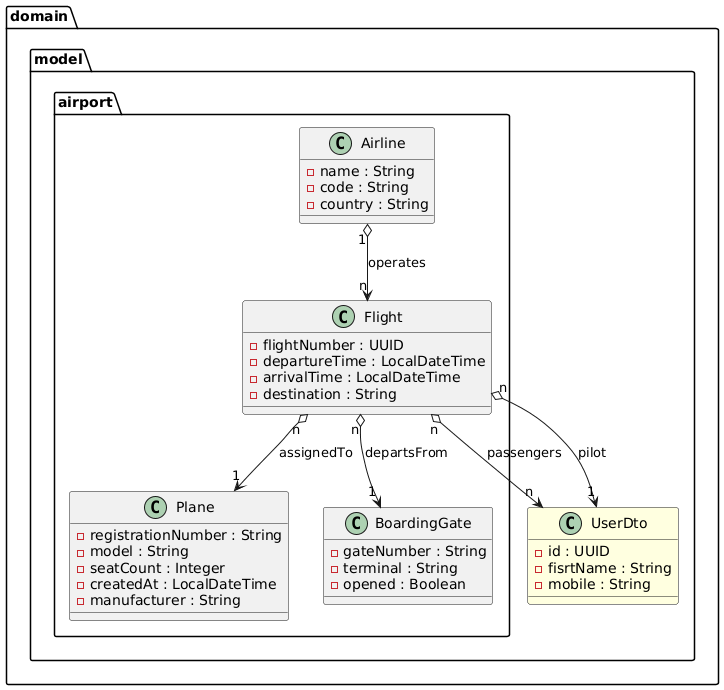
This is docs/airport.png from miw-upm/apaw-practice, a PlantUML export, as it was before one commit.
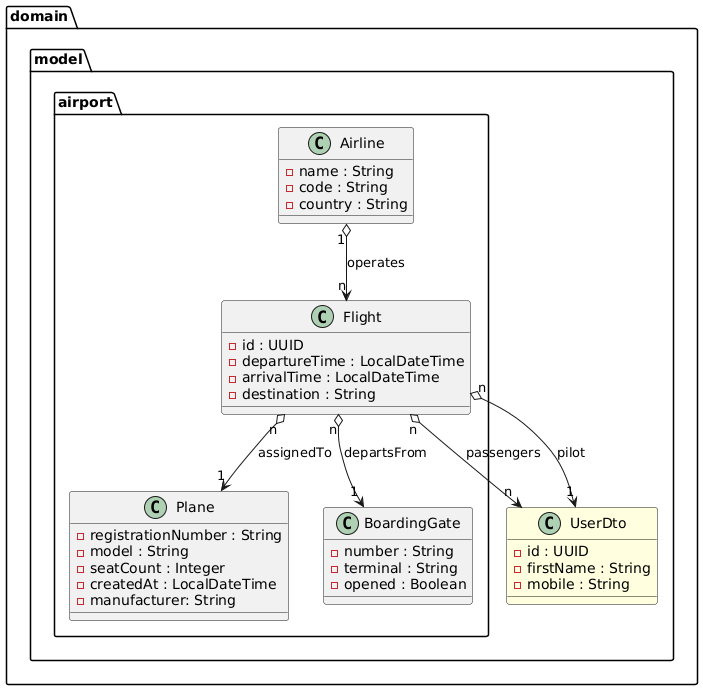
Later version of the same file.

Commit message:
Changes some models and updated the uml #1164

The edit, as a diff of the source:
```diff
@@ -4,7 +4,7 @@
     package "airport" {
 
       class Flight {
-        - flightNumber : UUID
+        - id : UUID
         - departureTime : LocalDateTime
         - arrivalTime : LocalDateTime
         - destination : String
@@ -15,7 +15,7 @@
         - model : String
         - seatCount : Integer
         - createdAt : LocalDateTime
-        - manufacturer : String
+        - manufacturer: String
       }
 
       class Airline {
@@ -25,14 +25,15 @@
       }
 
       class BoardingGate {
-        - gateNumber : String
+        - number : String
         - terminal : String
         - opened : Boolean
       }
     }
+
     class UserDto #LightYellow {
       - id : UUID
-      - fisrtName : String
+      - firstName : String
       - mobile : String
     }
   }
```
